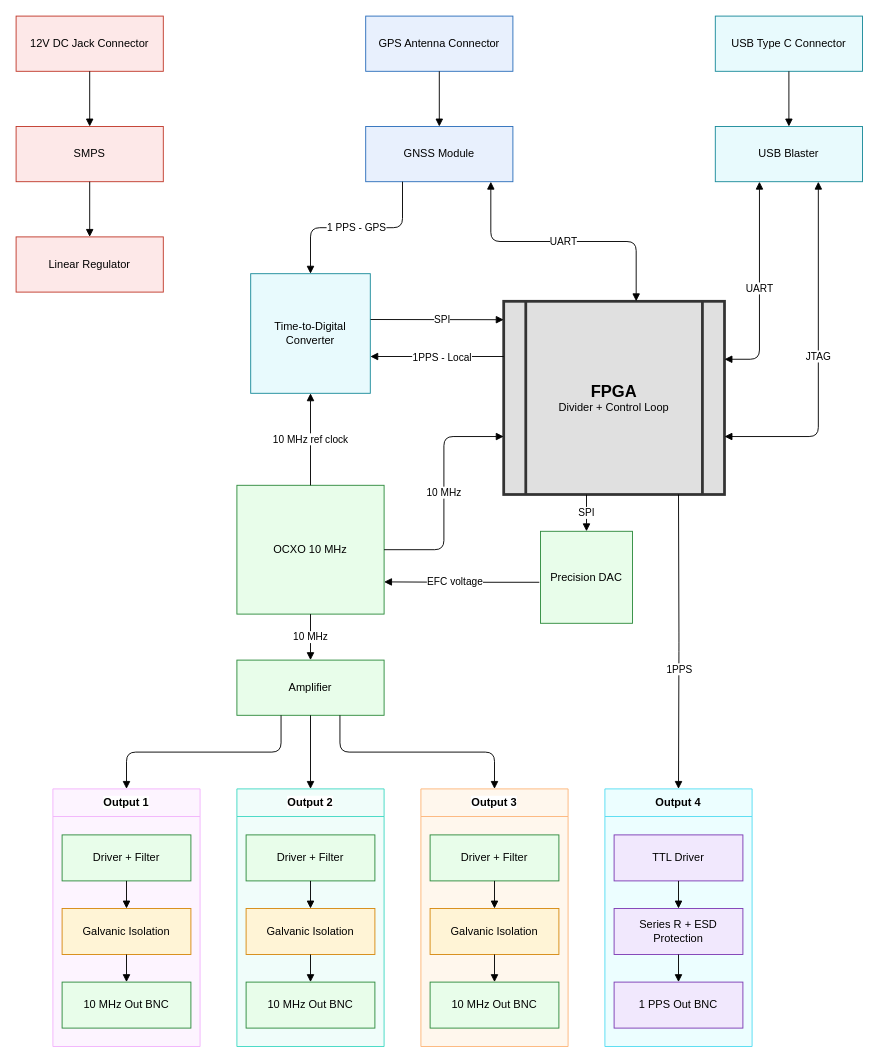
This is projects/GPS Disciplined Oscillator/diagrams/GPSDO_Diagram.drawio from sammy-jaber/sammy-jaber.github.io, a draw.io file, before an edit. Source tidied: cells renumbered, new cells numbered last; positions are measured from the earlier drawing's top-left corner, leaving out a move shared by most shapes. Both pictures are drawn from the tidied source at 92%, with x=0, y=0 at pixel (16, 16).
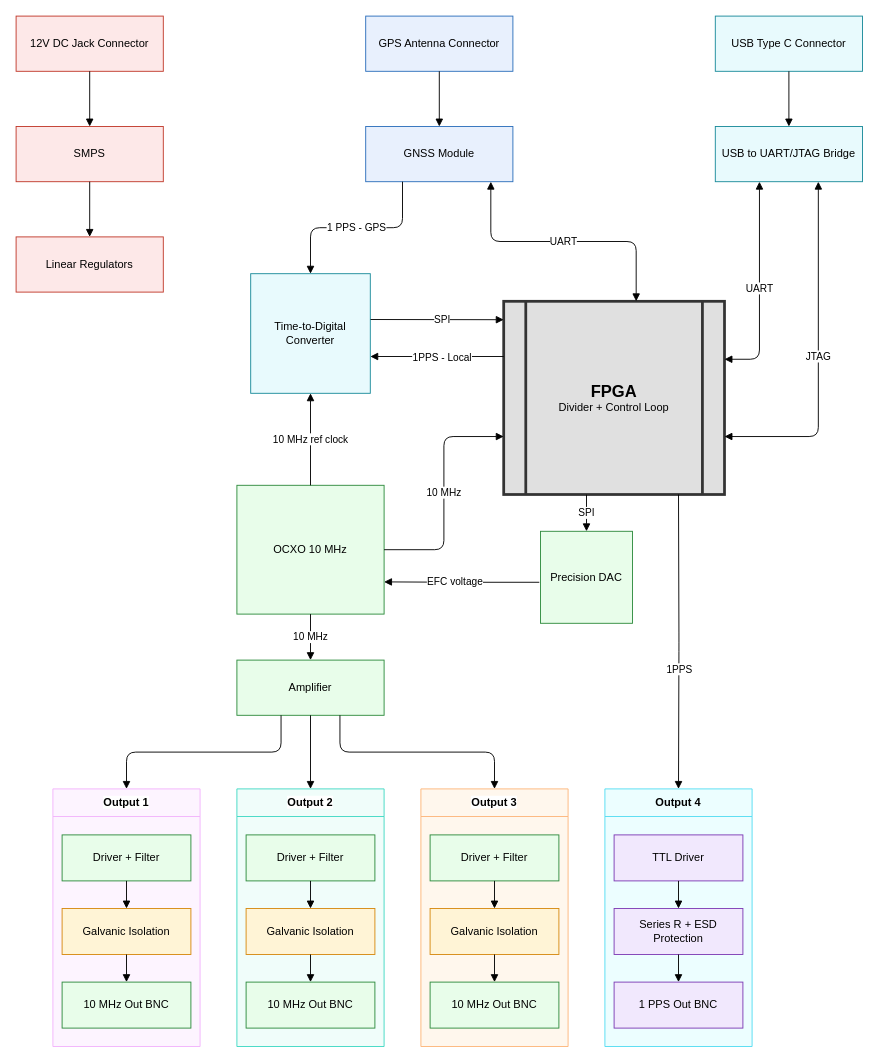
After the change.

Commit message (it also covers changes not shown here):
refactor: update terminology and improve diagram details for clarity

Change to the diagram source:
```diff
@@
-    <mxCell id="7" value="USB Blaster" style="rounded=0;whiteSpace=wrap;html=1;fillColor=#e8fafd;strokeColor=#1a8a9a;" parent="1" vertex="1">
+    <mxCell id="7" value="USB to UART/JTAG Bridge" style="rounded=0;whiteSpace=wrap;html=1;fillColor=#e8fafd;strokeColor=#1a8a9a;" parent="1" vertex="1">
       <mxGeometry x="760" y="120" width="160" height="60" as="geometry" />
     </mxCell>
-    <mxCell id="8" value="Linear Regulator" style="rounded=0;whiteSpace=wrap;html=1;fillColor=#fde8e8;strokeColor=#c0392b;" parent="1" vertex="1">
+    <mxCell id="8" value="Linear Regulators" style="rounded=0;whiteSpace=wrap;html=1;fillColor=#fde8e8;strokeColor=#c0392b;" parent="1" vertex="1">
       <mxGeometry y="240" width="160" height="60" as="geometry" />
     </mxCell>
```
